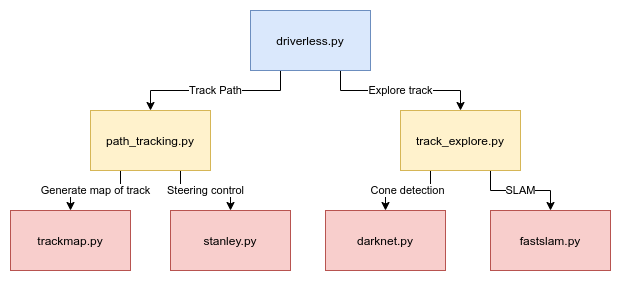
Above: docs/images/fsds-system.png in mkamalel/fsds-driverless-system (draw.io), before the change. Source tidied: cells renumbered, new cells last; positions are measured from the earlier drawing's top-left corner, leaving out a move shared by most shapes. Source of this version:
```xml
<mxGraphModel>
  <root>
    <mxCell id="0" />
    <mxCell id="1" parent="0" />
    <mxCell id="2" value="Track Path" style="edgeStyle=orthogonalEdgeStyle;rounded=0;jettySize=auto;html=1;exitX=0.25;exitY=1;exitDx=0;exitDy=0;entryX=0.5;entryY=0;entryDx=0;entryDy=0;" parent="1" edge="1" source="4" target="9">
      <mxGeometry relative="1" as="geometry" />
    </mxCell>
    <mxCell id="3" value="Explore track" style="edgeStyle=orthogonalEdgeStyle;rounded=0;jettySize=auto;html=1;exitX=0.75;exitY=1;exitDx=0;exitDy=0;entryX=0.5;entryY=0;entryDx=0;entryDy=0;" parent="1" edge="1" source="4" target="14">
      <mxGeometry relative="1" as="geometry" />
    </mxCell>
    <mxCell id="4" value="driverless.py" style="whiteSpace=wrap;html=1;fillColor=#dae8fc;strokeColor=#6c8ebf;" parent="1" vertex="1">
      <mxGeometry x="240" width="120" height="60" as="geometry" />
    </mxCell>
    <mxCell id="5" value="trackmap.py" style="whiteSpace=wrap;html=1;fillColor=#f8cecc;strokeColor=#b85450;" parent="1" vertex="1">
      <mxGeometry y="200" width="120" height="60" as="geometry" />
    </mxCell>
    <mxCell id="6" value="stanley.py" style="whiteSpace=wrap;html=1;fillColor=#f8cecc;strokeColor=#b85450;" parent="1" vertex="1">
      <mxGeometry x="160" y="200" width="120" height="60" as="geometry" />
    </mxCell>
    <mxCell id="7" value="Steering control" style="edgeStyle=orthogonalEdgeStyle;rounded=0;jettySize=auto;html=1;exitX=0.75;exitY=1;exitDx=0;exitDy=0;entryX=0.5;entryY=0;entryDx=0;entryDy=0;" parent="1" edge="1" source="9" target="6">
      <mxGeometry relative="1" as="geometry" />
    </mxCell>
    <mxCell id="8" value="Generate map of track" style="edgeStyle=orthogonalEdgeStyle;rounded=0;jettySize=auto;html=1;exitX=0.25;exitY=1;exitDx=0;exitDy=0;entryX=0.5;entryY=0;entryDx=0;entryDy=0;" parent="1" edge="1" source="9" target="5">
      <mxGeometry relative="1" as="geometry" />
    </mxCell>
    <mxCell id="9" value="path_tracking.py" style="whiteSpace=wrap;html=1;fillColor=#fff2cc;strokeColor=#d6b656;" parent="1" vertex="1">
      <mxGeometry x="80" y="100" width="120" height="60" as="geometry" />
    </mxCell>
    <mxCell id="10" value="fastslam.py" style="whiteSpace=wrap;html=1;fillColor=#f8cecc;strokeColor=#b85450;" parent="1" vertex="1">
      <mxGeometry x="480" y="200" width="120" height="60" as="geometry" />
    </mxCell>
    <mxCell id="11" value="darknet.py" style="whiteSpace=wrap;html=1;fillColor=#f8cecc;strokeColor=#b85450;" parent="1" vertex="1">
      <mxGeometry x="315" y="200" width="120" height="60" as="geometry" />
    </mxCell>
    <mxCell id="12" value="SLAM" style="edgeStyle=orthogonalEdgeStyle;rounded=0;jettySize=auto;html=1;exitX=0.75;exitY=1;exitDx=0;exitDy=0;" parent="1" edge="1" source="14" target="10">
      <mxGeometry relative="1" as="geometry" />
    </mxCell>
    <mxCell id="13" value="Cone detection" style="edgeStyle=orthogonalEdgeStyle;rounded=0;jettySize=auto;html=1;exitX=0.25;exitY=1;exitDx=0;exitDy=0;entryX=0.5;entryY=0;entryDx=0;entryDy=0;" parent="1" edge="1" source="14" target="11">
      <mxGeometry relative="1" as="geometry" />
    </mxCell>
    <mxCell id="14" value="track_explore.py" style="whiteSpace=wrap;html=1;fillColor=#fff2cc;strokeColor=#d6b656;" parent="1" vertex="1">
      <mxGeometry x="390" y="100" width="120" height="60" as="geometry" />
    </mxCell>
  </root>
</mxGraphModel>
```
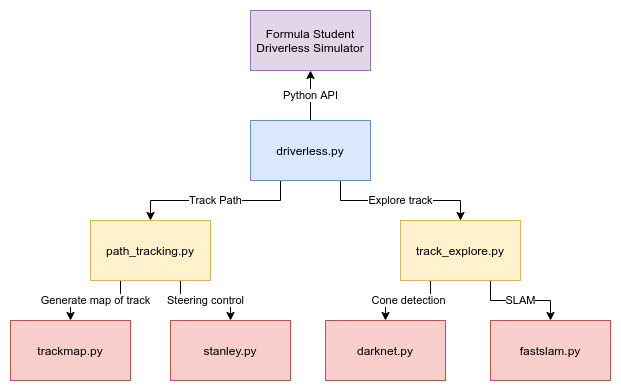
The same file after the commit.

Commit message:
update system diagram

What changed in the source:
```diff
@@ -8,6 +8,9 @@
     <mxCell id="3" value="Explore track" style="edgeStyle=orthogonalEdgeStyle;rounded=0;jettySize=auto;html=1;exitX=0.75;exitY=1;exitDx=0;exitDy=0;entryX=0.5;entryY=0;entryDx=0;entryDy=0;" parent="1" edge="1" source="4" target="14">
       <mxGeometry relative="1" as="geometry" />
     </mxCell>
+    <mxCell id="15" value="Python API" style="edgeStyle=orthogonalEdgeStyle;rounded=0;jettySize=auto;html=1;exitX=0.5;exitY=0;exitDx=0;exitDy=0;entryX=0.5;entryY=1;entryDx=0;entryDy=0;" parent="1" edge="1" source="4" target="16">
+      <mxGeometry relative="1" as="geometry" />
+    </mxCell>
     <mxCell id="4" value="driverless.py" style="whiteSpace=wrap;html=1;fillColor=#dae8fc;strokeColor=#6c8ebf;" parent="1" vertex="1">
       <mxGeometry x="240" width="120" height="60" as="geometry" />
     </mxCell>
@@ -41,5 +44,8 @@
     <mxCell id="14" value="track_explore.py" style="whiteSpace=wrap;html=1;fillColor=#fff2cc;strokeColor=#d6b656;" parent="1" vertex="1">
       <mxGeometry x="390" y="100" width="120" height="60" as="geometry" />
     </mxCell>
+    <mxCell id="16" value="Formula Student Driverless Simulator" style="whiteSpace=wrap;html=1;fillColor=#e1d5e7;strokeColor=#9673a6;" parent="1" vertex="1">
+      <mxGeometry x="240" y="-110" width="120" height="60" as="geometry" />
+    </mxCell>
   </root>
 </mxGraphModel>
```
